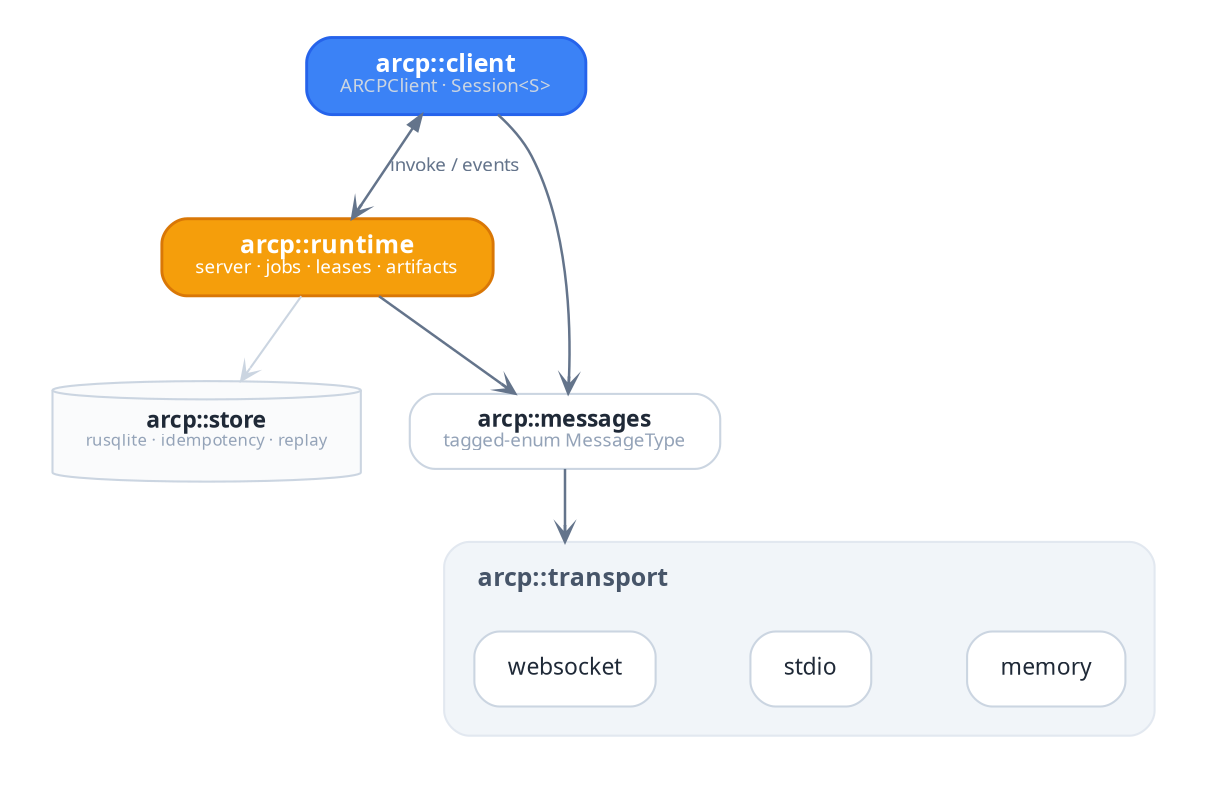
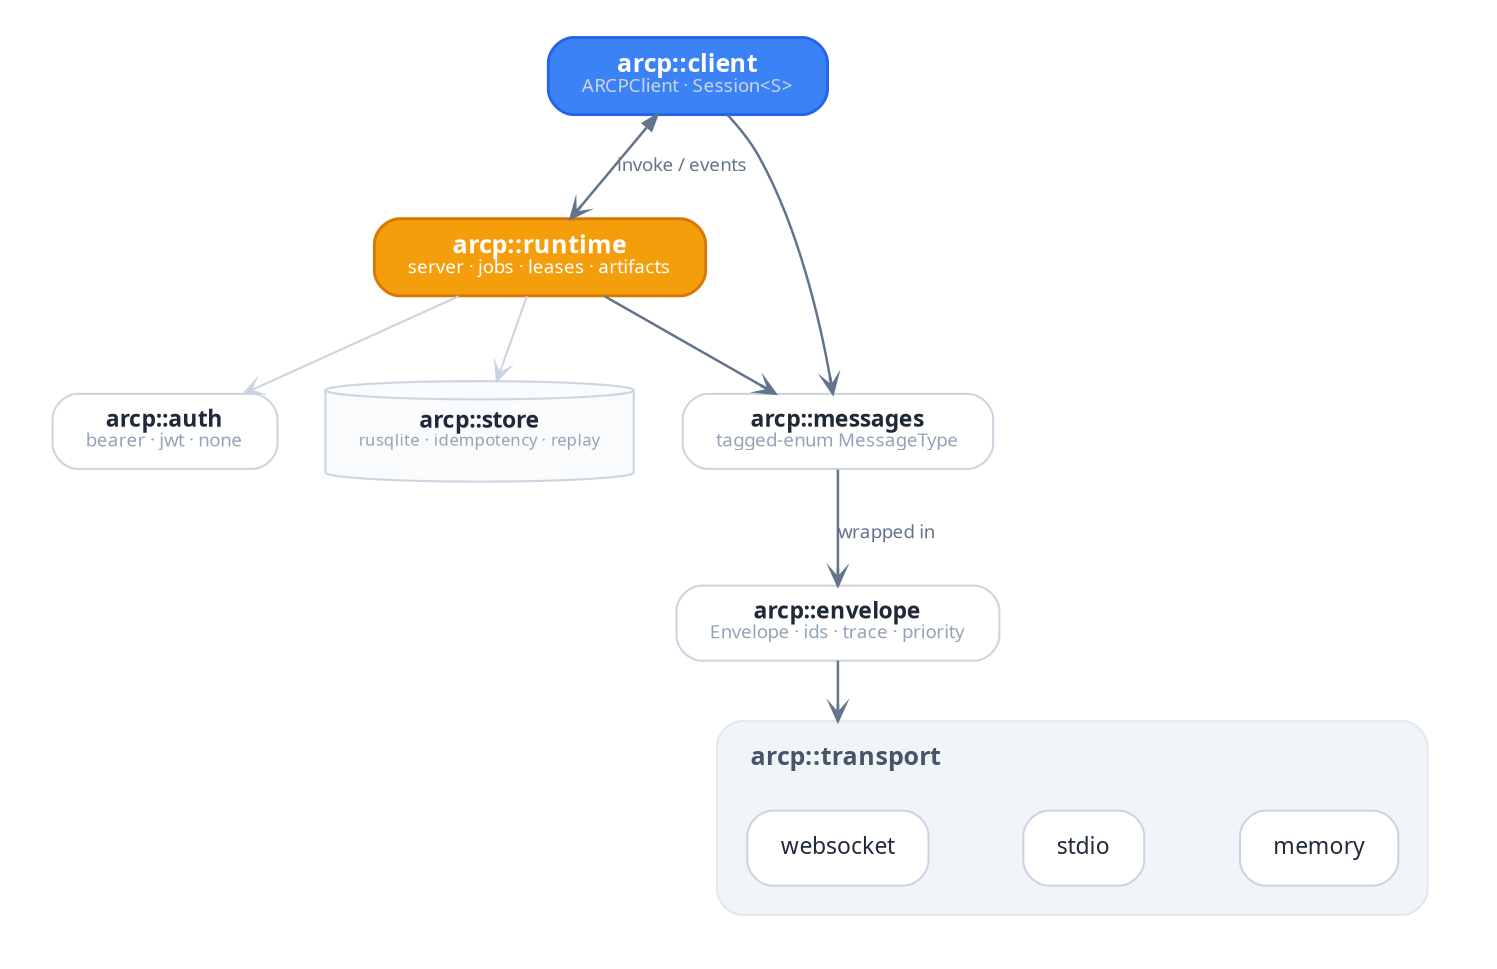
// ARCP Rust SDK crate architecture (light)
// arcp::client → arcp::runtime → arcp::messages → arcp::transport → arcp::store
digraph RustSdkArchitecture {
  rankdir=TB; bgcolor="transparent"; compound=true; fontname="TT Commons Pro Trial";
  splines=spline; nodesep=0.32; ranksep=0.55; pad="0.35,0.25";

  node [shape=box, style="rounded,filled", fillcolor="white", color="#CBD5E1",
        fontname="TT Commons Pro Trial", fontsize=11, fontcolor="#1F2937",
        margin="0.22,0.11", penwidth=1.0];
  edge [fontname="TT Commons Pro Trial", fontsize=9, fontcolor="#64748B", color="#94A3B8",
        penwidth=1.1, arrowsize=0.75, arrowhead=vee];

  Client [
    label=<<FONT POINT-SIZE="12"><B>arcp::client</B></FONT><BR/><FONT POINT-SIZE="9" COLOR="#CBD5E1">ARCPClient · Session&lt;S&gt;</FONT>>,
    fillcolor="#3B82F6", color="#2563EB", fontcolor="white", penwidth=1.4
  ];

  Runtime [
    label=<<FONT POINT-SIZE="12"><B>arcp::runtime</B></FONT><BR/><FONT POINT-SIZE="9" COLOR="white">server · jobs · leases · artifacts</FONT>>,
    fillcolor="#F59E0B", color="#D97706", fontcolor="white", penwidth=1.4
  ];

  Messages [
    label=<<FONT POINT-SIZE="11"><B>arcp::messages</B></FONT><BR/><FONT POINT-SIZE="9" COLOR="#94A3B8">tagged-enum MessageType</FONT>>
  ];

+   Envelope [
+     label=<<FONT POINT-SIZE="11"><B>arcp::envelope</B></FONT><BR/><FONT POINT-SIZE="9" COLOR="#94A3B8">Envelope · ids · trace · priority</FONT>>
+   ];
+ 
+   Auth [
+     label=<<FONT POINT-SIZE="11"><B>arcp::auth</B></FONT><BR/><FONT POINT-SIZE="9" COLOR="#94A3B8">bearer · jwt · none</FONT>>
+   ];
+ 
  subgraph cluster_transport {
    label=<<TABLE BORDER="0" CELLBORDER="0" CELLPADDING="0" CELLSPACING="0"><TR><TD COLSPAN="3" HEIGHT="8"></TD></TR><TR><TD WIDTH="8"></TD><TD><FONT POINT-SIZE="12"><B>arcp::transport</B></FONT></TD><TD WIDTH="8"></TD></TR></TABLE>>;
    style="rounded,filled";
    fillcolor="#F1F5F9"; color="#E2E8F0";
    fontname="TT Commons Pro Trial"; fontcolor="#475569";
    margin=14; labeljust=l; penwidth=1.0;

    Ws     [label="websocket"];
    Stdio  [label="stdio"];
    Memory [label="memory"];

    Ws -> Stdio -> Memory [style=invis];
    { rank=same; Ws; Stdio; Memory; }
  }

  Store [
    label=<<FONT POINT-SIZE="11"><B>arcp::store</B></FONT><BR/><FONT POINT-SIZE="8" COLOR="#94A3B8">rusqlite · idempotency · replay</FONT>>,
    shape=cylinder, fillcolor="#FAFBFC"
  ];

  edge [color="#64748B", penwidth=1.2];
  Client   -> Runtime  [dir=both, label="invoke / events"];
  Client   -> Messages;
  Runtime  -> Messages;
-   Messages -> Ws       [lhead=cluster_transport];
+   Messages -> Envelope [label="wrapped in"];
+   Envelope -> Ws       [lhead=cluster_transport];

  edge [color="#CBD5E1", penwidth=1.0];
+   Runtime -> Auth;
  Runtime -> Store;
}
